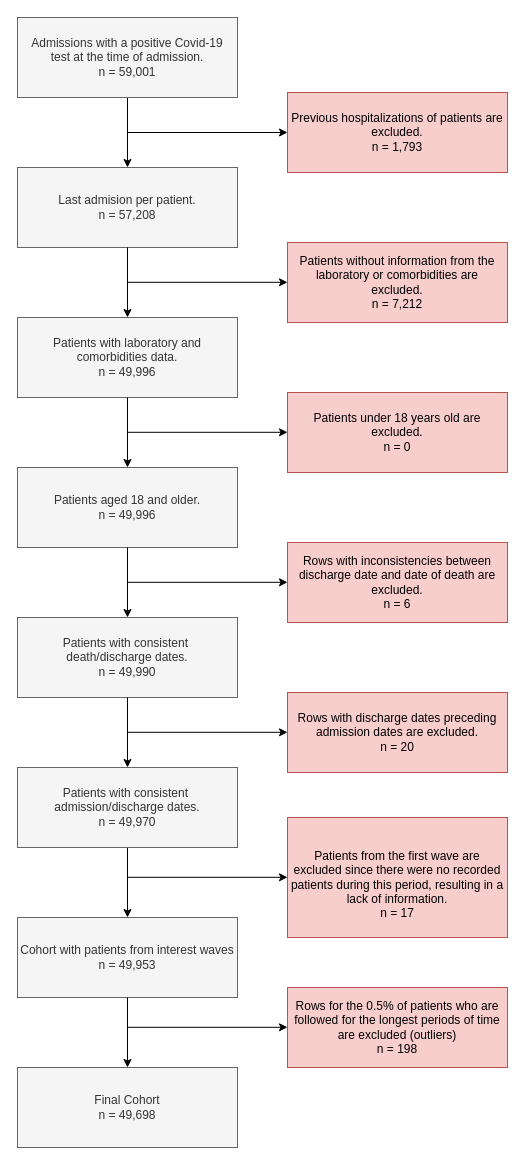
jlgonrod/survival_vaccination_analysis keeps this draw.io diagram as 1_analysis/0_cleaning_flow_chart/flow_cleaning.drawio. Above is the earlier version. Source tidied: cells renumbered, new cells numbered last; positions are measured from the earlier drawing's top-left corner, leaving out a move shared by most shapes. Both pictures are drawn from the tidied source at 100%, with x=0, y=0 at pixel (17, 17).
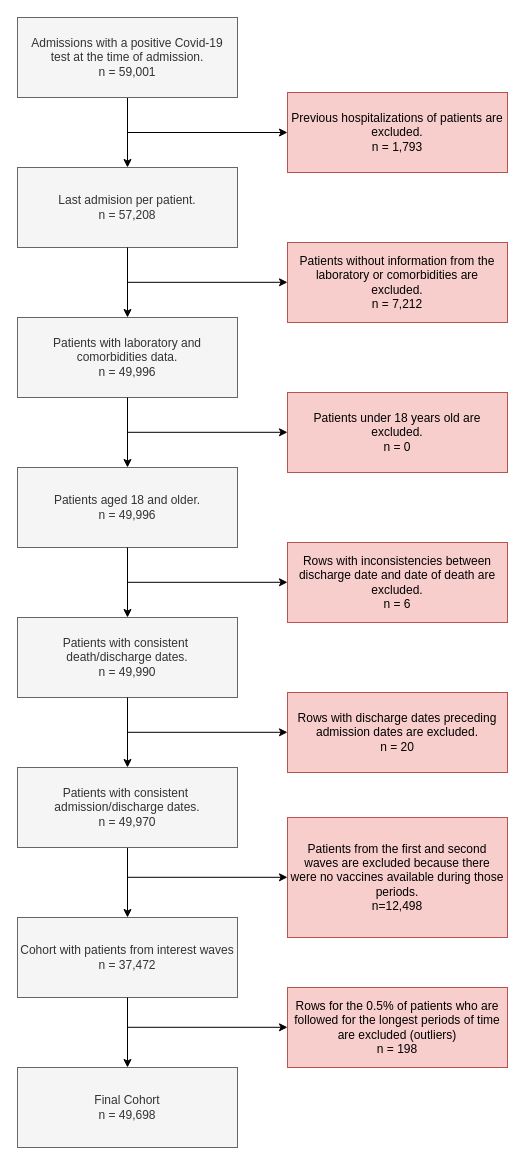
The same page after the edit.

Commit message (it also covers changes not shown here):
flow cleaning diagram corrected

The edit, as a diff of the source:
```diff
@@
-    <mxCell id="9" value="Cohort with patients from interest waves&lt;br&gt;n = 49,953" style="rounded=0;whiteSpace=wrap;html=1;fillColor=#f5f5f5;fontColor=#333333;strokeColor=#666666;spacing=4;" parent="1" vertex="1">
+    <mxCell id="9" value="Cohort with patients from interest waves&lt;br&gt;n = 37,472" style="rounded=0;whiteSpace=wrap;html=1;fillColor=#f5f5f5;fontColor=#333333;strokeColor=#666666;spacing=4;" parent="1" vertex="1">
       <mxGeometry y="900" width="220" height="80" as="geometry" />
     </mxCell>
@@
-    <mxCell id="29" value="&amp;nbsp;&lt;br&gt;&lt;div&gt;Patients from the first wave are excluded since there were no recorded patients during this period, resulting in a lack of information.&lt;/div&gt;&lt;div&gt;n = 17&lt;/div&gt;" style="rounded=0;whiteSpace=wrap;html=1;fillColor=#f8cecc;strokeColor=#b85450;spacing=4;" parent="1" vertex="1">
+    <mxCell id="29" value="&lt;div&gt;Patients from the first and second waves are excluded because there were no vaccines available during those periods.&lt;/div&gt;&lt;div&gt;n=12,498&lt;br&gt;&lt;/div&gt;" style="rounded=0;whiteSpace=wrap;html=1;fillColor=#f8cecc;strokeColor=#b85450;spacing=4;" parent="1" vertex="1">
       <mxGeometry x="270" y="800" width="220" height="120" as="geometry" />
     </mxCell>
```
